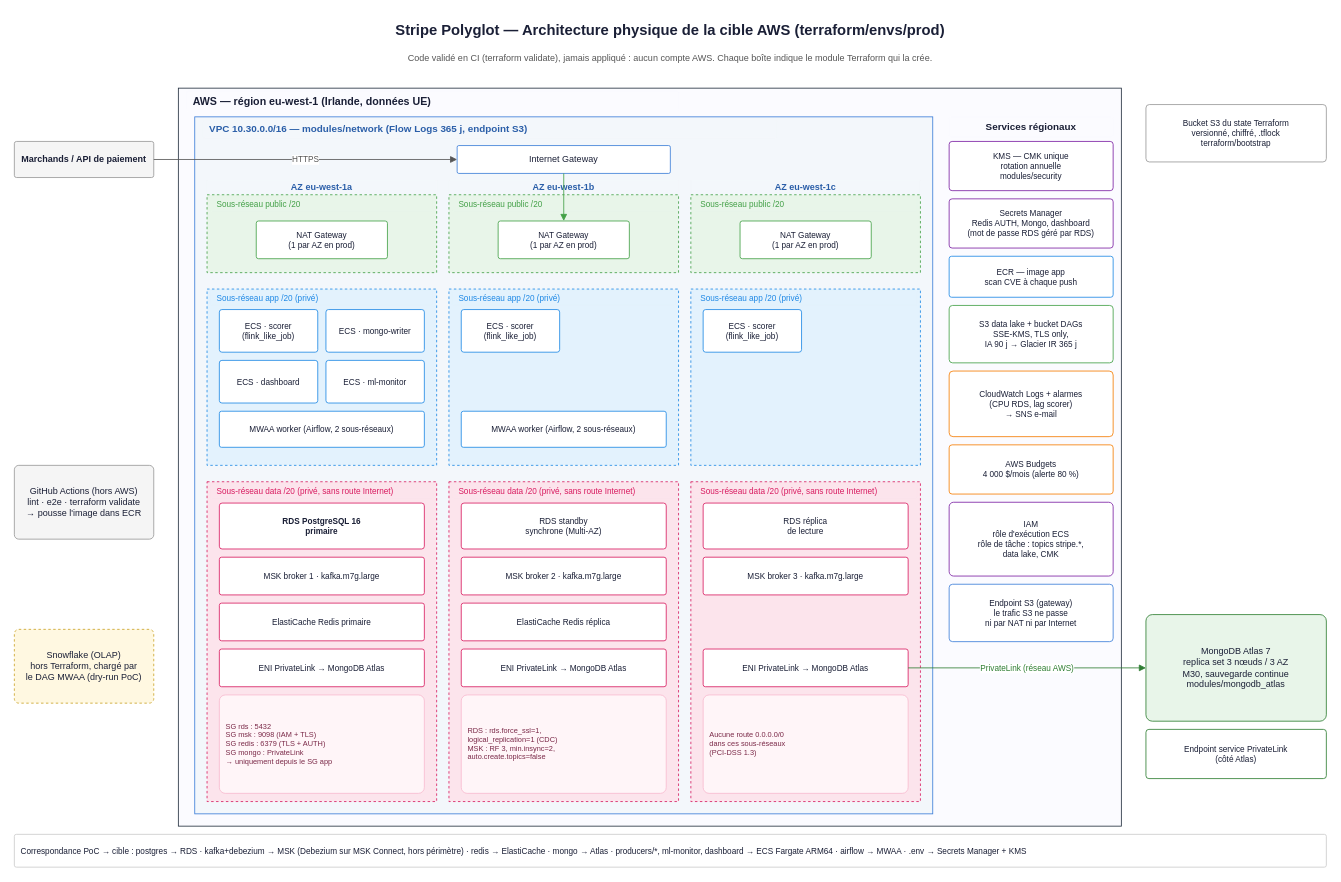
Before: presentation/stripe_aws_cible.drawio in PDUCLOS/BLOC2-STRIPE, a draw.io diagram. Source tidied: cells renumbered, new cells numbered last; positions are measured from the earlier drawing's top-left corner, leaving out a move shared by most shapes. Both pictures are drawn from the tidied source at 82%, with x=0, y=0 at pixel (14, 14).
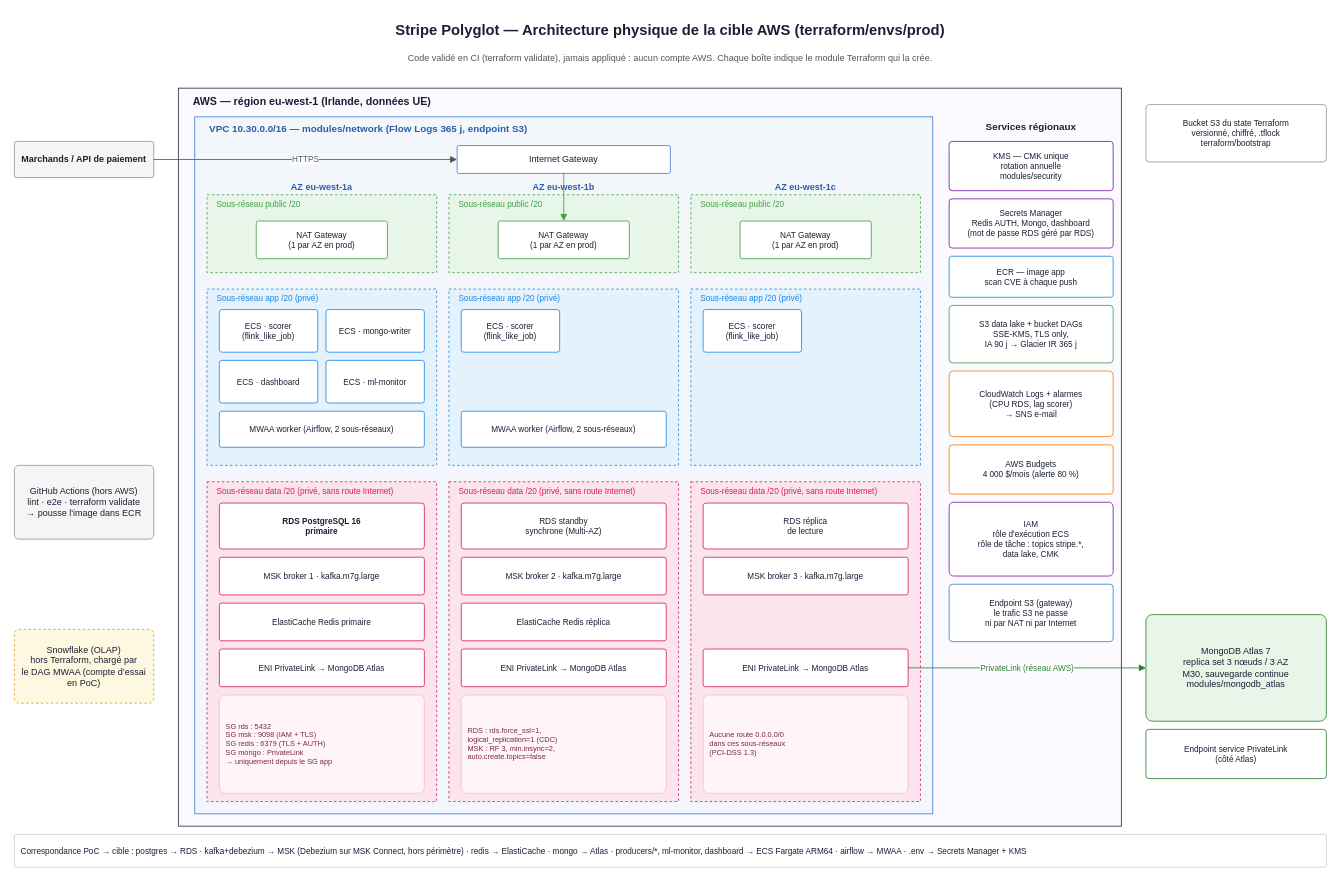
The same page after the edit.

Diff of the diagram source:
```diff
@@
-    <mxCell id="6" value="Snowflake (OLAP)&lt;br&gt;hors Terraform, chargé par&lt;br&gt;le DAG MWAA (dry-run PoC)" style="rounded=1;whiteSpace=wrap;html=1;fillColor=#fff8e1;strokeColor=#c9a227;fontSize=11;fontColor=#1a1f36;align=center;verticalAlign=middle;arcSize=6;dashed=1;spacingLeft=6;spacingRight=6;" parent="1" vertex="1">
+    <mxCell id="6" value="Snowflake (OLAP)&lt;br&gt;hors Terraform, chargé par&lt;br&gt;le DAG MWAA (compte d’essai en PoC)" style="rounded=1;whiteSpace=wrap;html=1;fillColor=#fff8e1;strokeColor=#c9a227;fontSize=11;fontColor=#1a1f36;align=center;verticalAlign=middle;arcSize=6;dashed=1;spacingLeft=6;spacingRight=6;" parent="1" vertex="1">
       <mxGeometry y="750" width="170" height="90" as="geometry" />
     </mxCell>
```
